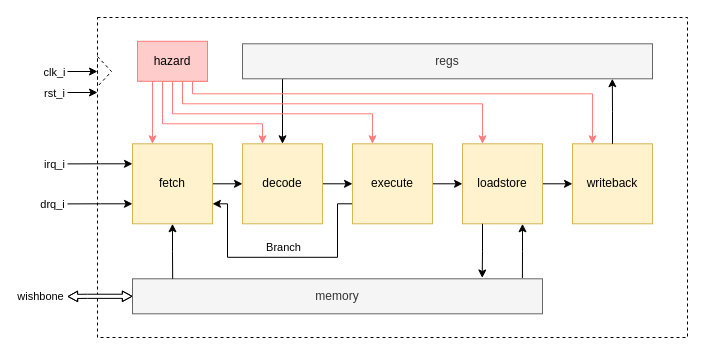
Earlier version of the draw.io diagram docs/src/assets/architecture.drawio (cchaine/ECAP5-DPROC). Source tidied: cells renumbered, new cells numbered last; positions are measured from the earlier drawing's top-left corner, leaving out a move shared by most shapes. Both pictures are drawn from the tidied source at 100%, with x=0, y=0 at pixel (67, 17).
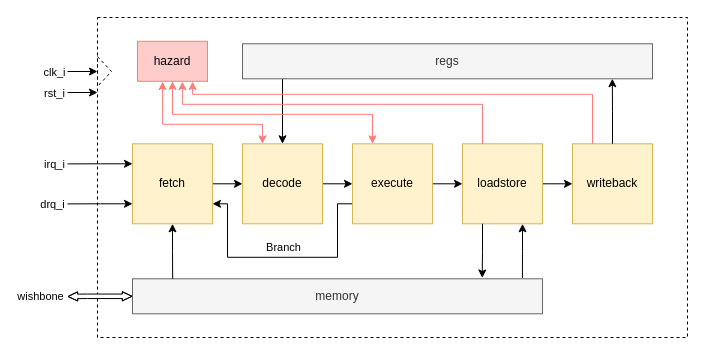
After the change.

The change refers to these unchanged cells:
```xml
<mxCell id="3" style="group;" parent="1" vertex="1">
  <mxGeometry x="65" y="23.8" width="520" height="272.5" as="geometry" />
</mxCell>
<mxCell id="10" value="fetch" style="whiteSpace=wrap;html=1;fillColor=#fff2cc;strokeColor=#d6b656;" parent="3" vertex="1">
  <mxGeometry y="102.5" width="80" height="80" as="geometry" />
</mxCell>
<mxCell id="12" value="decode" style="whiteSpace=wrap;html=1;fillColor=#fff2cc;strokeColor=#d6b656;" parent="3" vertex="1">
  <mxGeometry x="110" y="102.5" width="80" height="80" as="geometry" />
</mxCell>
<mxCell id="16" value="execute" style="whiteSpace=wrap;html=1;fillColor=#fff2cc;strokeColor=#d6b656;" parent="3" vertex="1">
  <mxGeometry x="220" y="102.5" width="80" height="80" as="geometry" />
</mxCell>
<mxCell id="18" value="loadstore" style="whiteSpace=wrap;html=1;fillColor=#fff2cc;strokeColor=#d6b656;" parent="3" vertex="1">
  <mxGeometry x="330" y="102.5" width="80" height="80" as="geometry" />
</mxCell>
<mxCell id="19" value="writeback" style="whiteSpace=wrap;html=1;fillColor=#fff2cc;strokeColor=#d6b656;" parent="3" vertex="1">
  <mxGeometry x="440" y="102.5" width="80" height="80" as="geometry" />
</mxCell>
<mxCell id="22" value="memory" style="rounded=0;whiteSpace=wrap;html=1;fillColor=#f5f5f5;fontColor=#333333;strokeColor=#666666;" parent="3" vertex="1">
  <mxGeometry y="237.5" width="410" height="35" as="geometry" />
</mxCell>
<mxCell id="28" value="hazard" style="rounded=0;whiteSpace=wrap;html=1;fillColor=#ffcccc;strokeColor=#ff7c7c;" parent="3" vertex="1">
  <mxGeometry x="5" width="70" height="40" as="geometry" />
</mxCell>
```

Diff of the diagram source:
```diff
@@
-    <mxCell id="20" style="edgeStyle=orthogonalEdgeStyle;rounded=0;jettySize=auto;html=1;exitX=0;exitY=0.5;exitDx=0;exitDy=0;startArrow=classic;startFill=1;shape=flexArrow;width=4.150943396226415;endSize=2.876136363636363;endWidth=5.323756432246998;startWidth=5.323756432246998;startSize=2.876136363636363;fillColor=default;" parent="3" edge="1" source="22">
+    <mxCell id="20" style="edgeStyle=orthogonalEdgeStyle;rounded=0;jettySize=auto;html=1;exitX=0;exitY=0.5;exitDx=0;exitDy=0;startArrow=classic;startFill=1;shape=flexArrow;width=4.498269896193772;endSize=2.876136363636363;endWidth=3.58137474407634;startWidth=3.58137474407634;startSize=2.876136363636363;fillColor=default;" parent="3" edge="1" source="22">
       <mxGeometry relative="1" as="geometry">
         <mxPoint x="-65" y="255.2" as="targetPoint" />
         <Array as="points">
           <mxPoint x="-45" y="255" />
         </Array>
       </mxGeometry>
     </mxCell>
@@
-    <mxCell id="23" style="edgeStyle=orthogonalEdgeStyle;rounded=0;jettySize=auto;html=1;exitX=0.25;exitY=1;exitDx=0;exitDy=0;entryX=0.25;entryY=0;entryDx=0;entryDy=0;strokeColor=#FF7C7C;" parent="3" edge="1" source="28" target="10">
-      <mxGeometry relative="1" as="geometry">
-        <Array as="points">
-          <mxPoint x="20" y="40.5" />
-        </Array>
-      </mxGeometry>
-    </mxCell>
-    <mxCell id="24" style="edgeStyle=orthogonalEdgeStyle;rounded=0;jettySize=auto;html=1;exitX=0.5;exitY=1;exitDx=0;exitDy=0;entryX=0.25;entryY=0;entryDx=0;entryDy=0;strokeColor=#FF7C7C;" parent="3" edge="1" source="28" target="12">
+    <mxCell id="24" style="edgeStyle=orthogonalEdgeStyle;rounded=0;jettySize=auto;html=1;exitX=0.358;exitY=1.006;exitDx=0;exitDy=0;entryX=0.25;entryY=0;entryDx=0;entryDy=0;strokeColor=#FF7C7C;startArrow=classic;startFill=1;exitPerimeter=0;" parent="3" edge="1" source="28" target="12">
       <mxGeometry relative="1" as="geometry">
         <Array as="points">
-          <mxPoint x="30" y="39.5" />
-          <mxPoint x="30" y="82.5" />
-          <mxPoint x="130" y="82.5" />
+          <mxPoint x="30" y="83" />
+          <mxPoint x="130" y="83" />
         </Array>
       </mxGeometry>
     </mxCell>
-    <mxCell id="25" style="edgeStyle=orthogonalEdgeStyle;rounded=0;jettySize=auto;html=1;exitX=0.75;exitY=1;exitDx=0;exitDy=0;entryX=0.25;entryY=0;entryDx=0;entryDy=0;strokeColor=#FF7C7C;" parent="3" edge="1" source="28" target="16">
+    <mxCell id="25" style="edgeStyle=orthogonalEdgeStyle;rounded=0;jettySize=auto;html=1;exitX=0.5;exitY=1;exitDx=0;exitDy=0;entryX=0.25;entryY=0;entryDx=0;entryDy=0;strokeColor=#FF7C7C;startArrow=classic;startFill=1;" parent="3" edge="1" source="28" target="16">
       <mxGeometry relative="1" as="geometry">
         <Array as="points">
-          <mxPoint x="40" y="39.5" />
-          <mxPoint x="40" y="72.5" />
-          <mxPoint x="240" y="72.5" />
+          <mxPoint x="40" y="73" />
+          <mxPoint x="240" y="73" />
         </Array>
       </mxGeometry>
     </mxCell>
-    <mxCell id="26" style="edgeStyle=orthogonalEdgeStyle;rounded=0;jettySize=auto;html=1;exitX=0.75;exitY=1;exitDx=0;exitDy=0;entryX=0.25;entryY=0;entryDx=0;entryDy=0;strokeColor=#FF7C7C;" parent="3" edge="1" source="28" target="18">
+    <mxCell id="26" style="edgeStyle=orthogonalEdgeStyle;rounded=0;jettySize=auto;html=1;exitX=0.642;exitY=1.008;exitDx=0;exitDy=0;entryX=0.25;entryY=0;entryDx=0;entryDy=0;strokeColor=#FF7C7C;startArrow=classic;startFill=1;endArrow=none;endFill=0;exitPerimeter=0;" parent="3" edge="1" source="28" target="18">
       <mxGeometry relative="1" as="geometry">
         <Array as="points">
-          <mxPoint x="57" y="37.5" />
-          <mxPoint x="50" y="37.5" />
-          <mxPoint x="50" y="62.5" />
-          <mxPoint x="350" y="62.5" />
+          <mxPoint x="50" y="63" />
+          <mxPoint x="350" y="63" />
         </Array>
       </mxGeometry>
     </mxCell>
-    <mxCell id="27" style="edgeStyle=orthogonalEdgeStyle;rounded=0;jettySize=auto;html=1;exitX=1;exitY=1;exitDx=0;exitDy=0;entryX=0.25;entryY=0;entryDx=0;entryDy=0;strokeColor=#FF7C7C;" parent="3" edge="1" source="28" target="19">
+    <mxCell id="27" style="edgeStyle=orthogonalEdgeStyle;rounded=0;jettySize=auto;html=1;exitX=0.787;exitY=1.006;exitDx=0;exitDy=0;entryX=0.25;entryY=0;entryDx=0;entryDy=0;strokeColor=#FF7C7C;startArrow=classic;startFill=1;endArrow=none;endFill=0;exitPerimeter=0;" parent="3" edge="1" source="28" target="19">
       <mxGeometry relative="1" as="geometry">
         <Array as="points">
-          <mxPoint x="60" y="39.5" />
-          <mxPoint x="60" y="52.5" />
-          <mxPoint x="460" y="52.5" />
+          <mxPoint x="60" y="53" />
+          <mxPoint x="460" y="53" />
         </Array>
       </mxGeometry>
     </mxCell>
```
